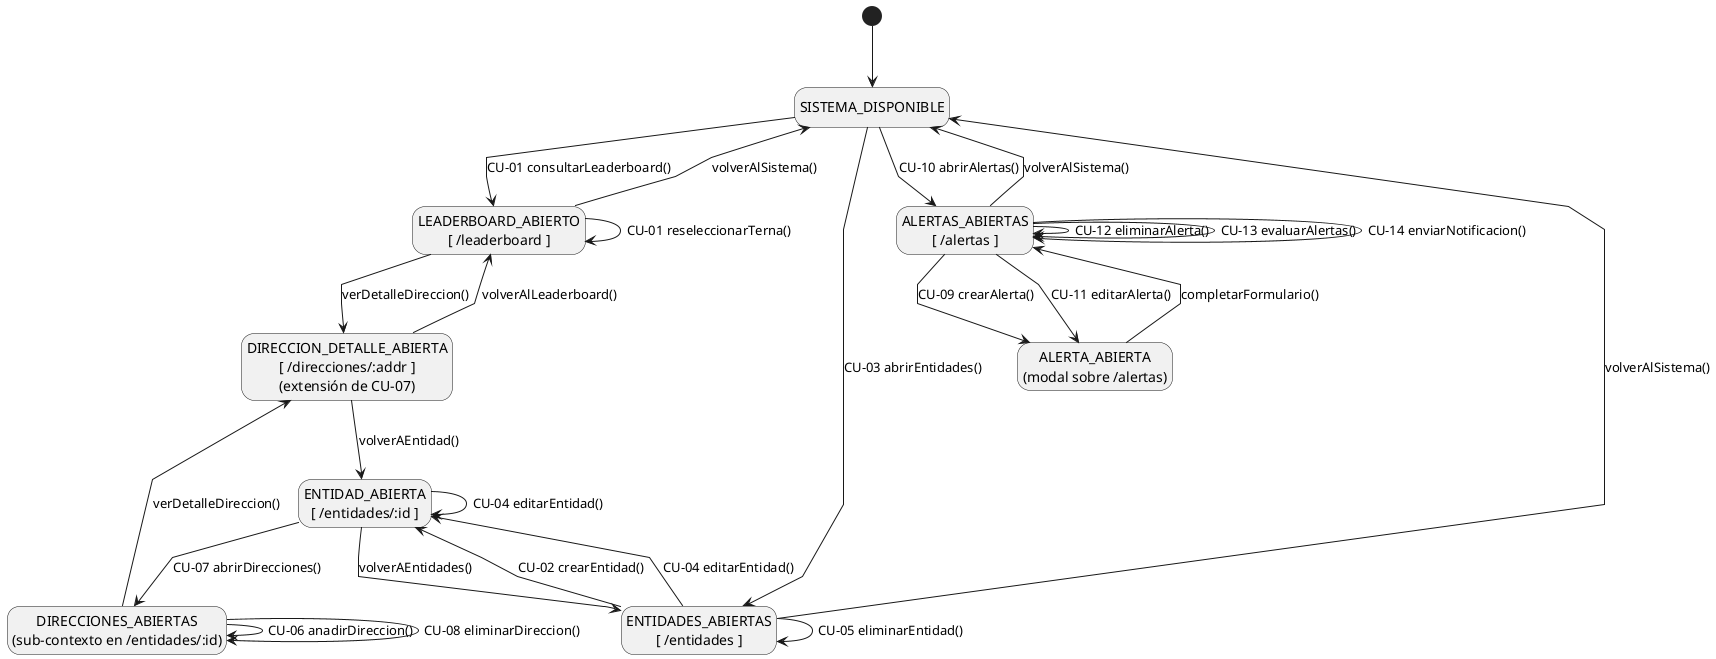
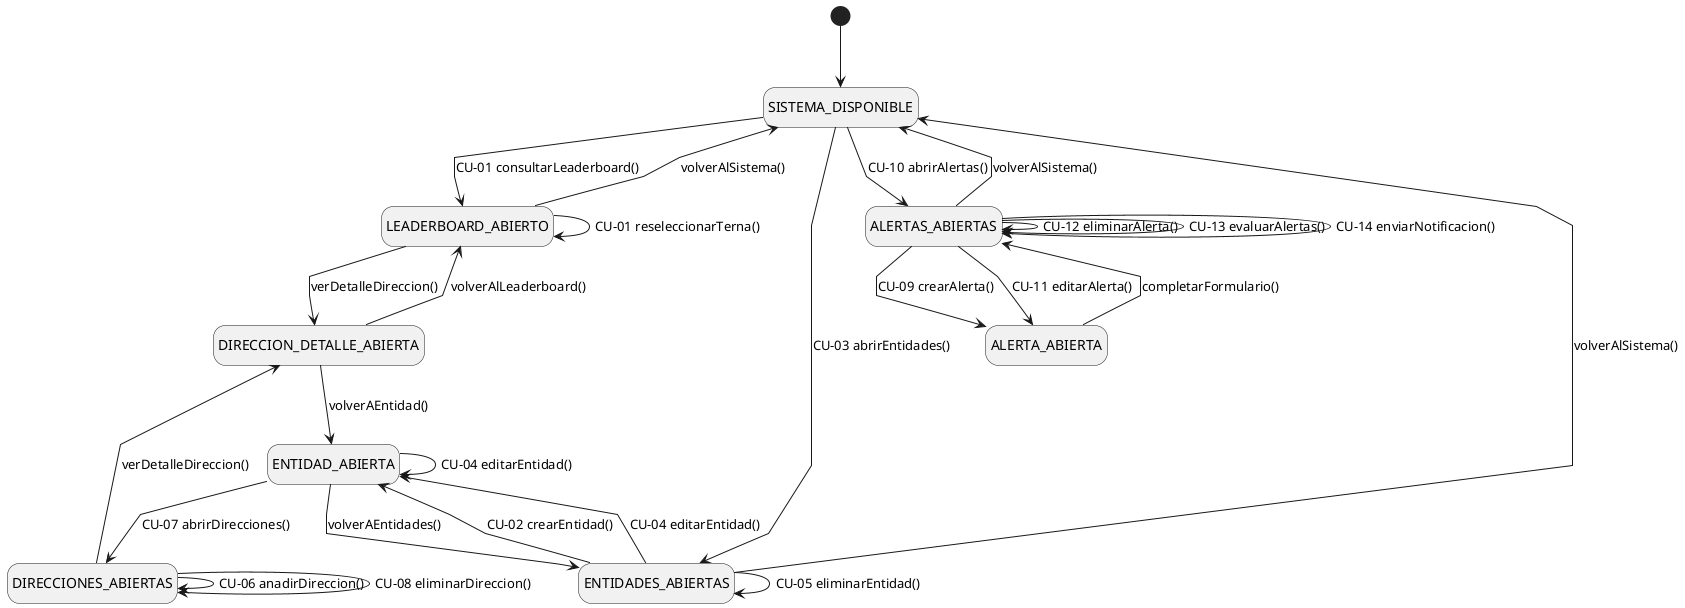
@startuml

skinparam linetype polyline
+ skinparam shadowing false
hide empty description

[*] --> SISTEMA_DISPONIBLE

state SISTEMA_DISPONIBLE
- state "LEADERBOARD_ABIERTO\n[ /leaderboard ]" as LEADERBOARD_ABIERTO
- state "ENTIDADES_ABIERTAS\n[ /entidades ]" as ENTIDADES_ABIERTAS
- state "ENTIDAD_ABIERTA\n[ /entidades/:id ]" as ENTIDAD_ABIERTA
- state "DIRECCIONES_ABIERTAS\n(sub-contexto en /entidades/:id)" as DIRECCIONES_ABIERTAS
- state "DIRECCION_DETALLE_ABIERTA\n[ /direcciones/:addr ]\n(extensión de CU-07)" as DIRECCION_DETALLE_ABIERTA
- state "ALERTAS_ABIERTAS\n[ /alertas ]" as ALERTAS_ABIERTAS
- state "ALERTA_ABIERTA\n(modal sobre /alertas)" as ALERTA_ABIERTA
+ state LEADERBOARD_ABIERTO
+ state ENTIDADES_ABIERTAS
+ state ENTIDAD_ABIERTA
+ state DIRECCIONES_ABIERTAS
+ state DIRECCION_DETALLE_ABIERTA
+ state ALERTAS_ABIERTAS
+ state ALERTA_ABIERTA

' --- Hub: SISTEMA_DISPONIBLE despacha a las tres áreas funcionales ---
SISTEMA_DISPONIBLE --> LEADERBOARD_ABIERTO : CU-01 consultarLeaderboard()
SISTEMA_DISPONIBLE --> ENTIDADES_ABIERTAS  : CU-03 abrirEntidades()
SISTEMA_DISPONIBLE --> ALERTAS_ABIERTAS    : CU-10 abrirAlertas()

' --- Cabecera global: retorno al hub ---
LEADERBOARD_ABIERTO --> SISTEMA_DISPONIBLE : volverAlSistema()
ENTIDADES_ABIERTAS  --> SISTEMA_DISPONIBLE : volverAlSistema()
ALERTAS_ABIERTAS    --> SISTEMA_DISPONIBLE : volverAlSistema()

' --- Rama 1: Leaderboard ---
LEADERBOARD_ABIERTO --> LEADERBOARD_ABIERTO : CU-01 reseleccionarTerna()

- ' --- Rama 2: Entidades → Detalle → Direcciones ---
+ ' --- Rama 2: Entidades -> Detalle -> Direcciones ---
ENTIDADES_ABIERTAS --> ENTIDAD_ABIERTA      : CU-02 crearEntidad()
ENTIDADES_ABIERTAS --> ENTIDAD_ABIERTA      : CU-04 editarEntidad()
ENTIDADES_ABIERTAS --> ENTIDADES_ABIERTAS   : CU-05 eliminarEntidad()

- ENTIDAD_ABIERTA    --> ENTIDADES_ABIERTAS   : volverAEntidades()
- ENTIDAD_ABIERTA    --> ENTIDAD_ABIERTA      : CU-04 editarEntidad()
- ENTIDAD_ABIERTA    --> DIRECCIONES_ABIERTAS : CU-07 abrirDirecciones()
+ ENTIDAD_ABIERTA --> ENTIDADES_ABIERTAS   : volverAEntidades()
+ ENTIDAD_ABIERTA --> ENTIDAD_ABIERTA      : CU-04 editarEntidad()
+ ENTIDAD_ABIERTA --> DIRECCIONES_ABIERTAS : CU-07 abrirDirecciones()

DIRECCIONES_ABIERTAS --> DIRECCIONES_ABIERTAS : CU-06 anadirDireccion()
DIRECCIONES_ABIERTAS --> DIRECCIONES_ABIERTAS : CU-08 eliminarDireccion()

' --- Extensión CU-07: detalle global de una dirección (transversal) ---
- LEADERBOARD_ABIERTO  --> DIRECCION_DETALLE_ABIERTA : verDetalleDireccion()
- DIRECCIONES_ABIERTAS --> DIRECCION_DETALLE_ABIERTA : verDetalleDireccion()
- DIRECCION_DETALLE_ABIERTA --> LEADERBOARD_ABIERTO  : volverAlLeaderboard()
- DIRECCION_DETALLE_ABIERTA --> ENTIDAD_ABIERTA      : volverAEntidad()
+ LEADERBOARD_ABIERTO       --> DIRECCION_DETALLE_ABIERTA : verDetalleDireccion()
+ DIRECCIONES_ABIERTAS      --> DIRECCION_DETALLE_ABIERTA : verDetalleDireccion()
+ DIRECCION_DETALLE_ABIERTA --> LEADERBOARD_ABIERTO       : volverAlLeaderboard()
+ DIRECCION_DETALLE_ABIERTA --> ENTIDAD_ABIERTA           : volverAEntidad()

' --- Rama 3: Alertas ---
- ALERTAS_ABIERTAS --> ALERTA_ABIERTA    : CU-09 crearAlerta()
- ALERTAS_ABIERTAS --> ALERTA_ABIERTA    : CU-11 editarAlerta()
- ALERTAS_ABIERTAS --> ALERTAS_ABIERTAS  : CU-12 eliminarAlerta()
+ ALERTAS_ABIERTAS --> ALERTA_ABIERTA   : CU-09 crearAlerta()
+ ALERTAS_ABIERTAS --> ALERTA_ABIERTA   : CU-11 editarAlerta()
+ ALERTAS_ABIERTAS --> ALERTAS_ABIERTAS : CU-12 eliminarAlerta()

- ALERTA_ABIERTA   --> ALERTAS_ABIERTAS  : completarFormulario()
+ ALERTA_ABIERTA --> ALERTAS_ABIERTAS : completarFormulario()

' --- Evaluación automática (transiciones internas sobre /alertas) ---
- ALERTAS_ABIERTAS --> ALERTAS_ABIERTAS  : CU-13 evaluarAlertas()
- ALERTAS_ABIERTAS --> ALERTAS_ABIERTAS  : CU-14 enviarNotificacion()
+ ALERTAS_ABIERTAS --> ALERTAS_ABIERTAS : CU-13 evaluarAlertas()
+ ALERTAS_ABIERTAS --> ALERTAS_ABIERTAS : CU-14 enviarNotificacion()

@enduml
